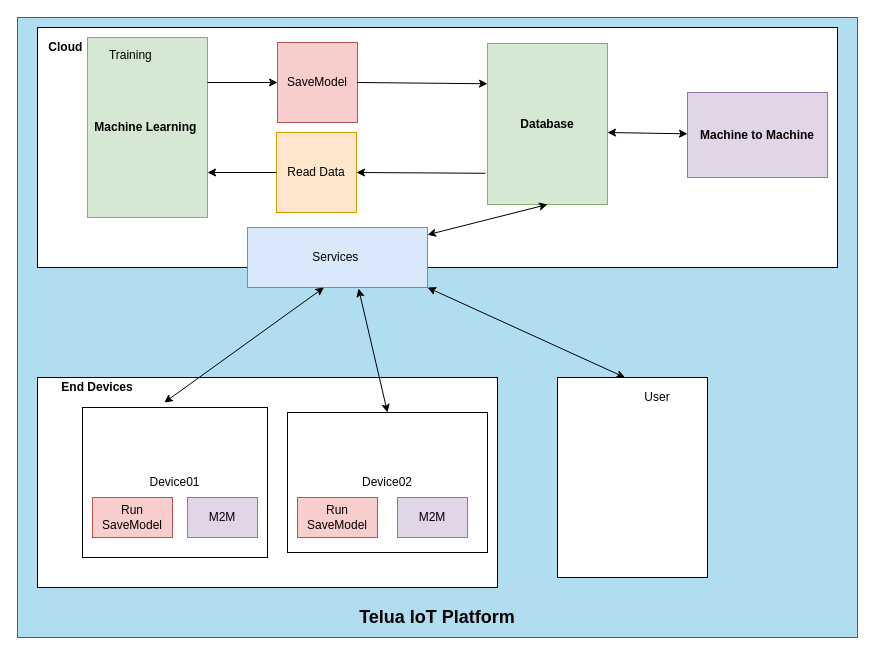
letrthong/uhes_visual_programing_iot keeps this draw.io diagram as machine_learning/machineLearning.drawio. Above is the earlier version. Source tidied: cells renumbered, new cells numbered last; positions are measured from the earlier drawing's top-left corner, leaving out a move shared by most shapes. Both pictures are drawn from the tidied source at 100%, with x=0, y=0 at pixel (17, 17).
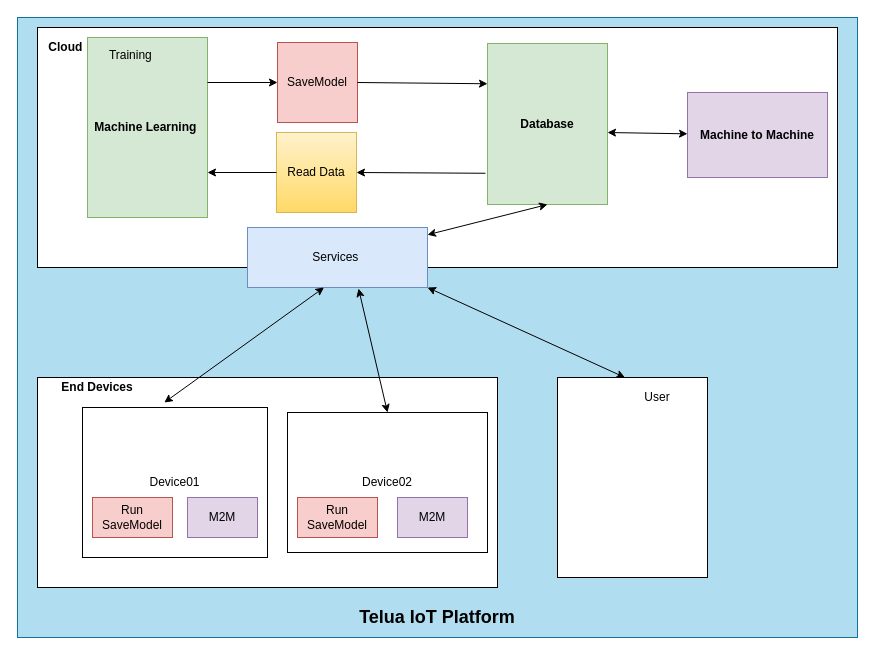
After the change.

Diff of the diagram source:
```diff
@@
-    <mxCell id="20" value="Read Data" style="whiteSpace=wrap;html=1;fillColor=#ffe6cc;strokeColor=#d79b00;" parent="1" vertex="1">
+    <mxCell id="20" value="Read Data" style="whiteSpace=wrap;html=1;fillColor=#fff2cc;strokeColor=#d6b656;gradientColor=#ffd966;" parent="1" vertex="1">
       <mxGeometry x="259" y="115" width="80" height="80" as="geometry" />
     </mxCell>
```
